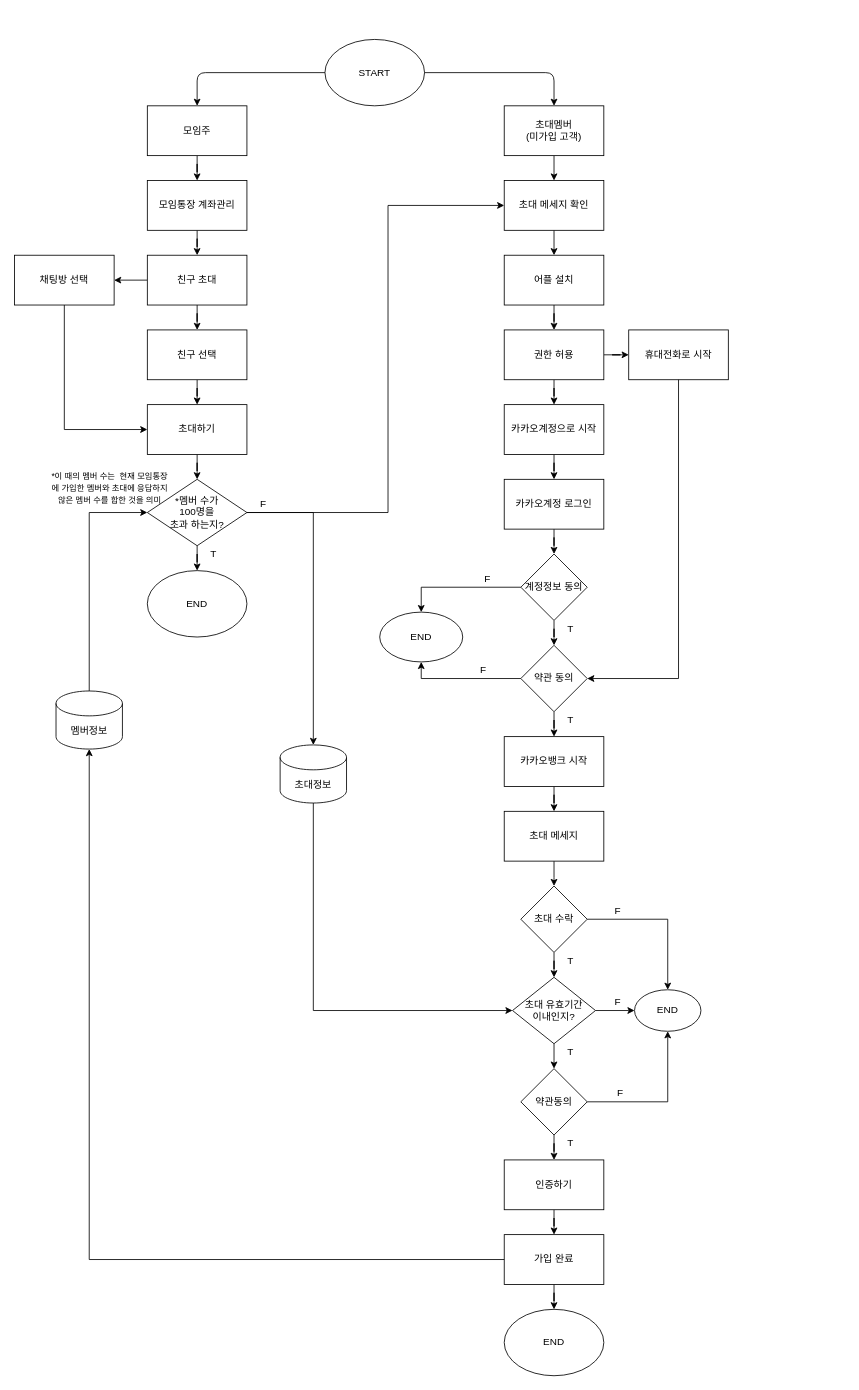
Before: Untitled Diagram_3.drawio in h22j2n/BeakJoon, a draw.io diagram. Source tidied: cells renumbered, new cells numbered last; positions are measured from the earlier drawing's top-left corner, leaving out a move shared by most shapes. Both pictures are drawn from the tidied source at 83%, with x=0, y=0 at pixel (14, 39).
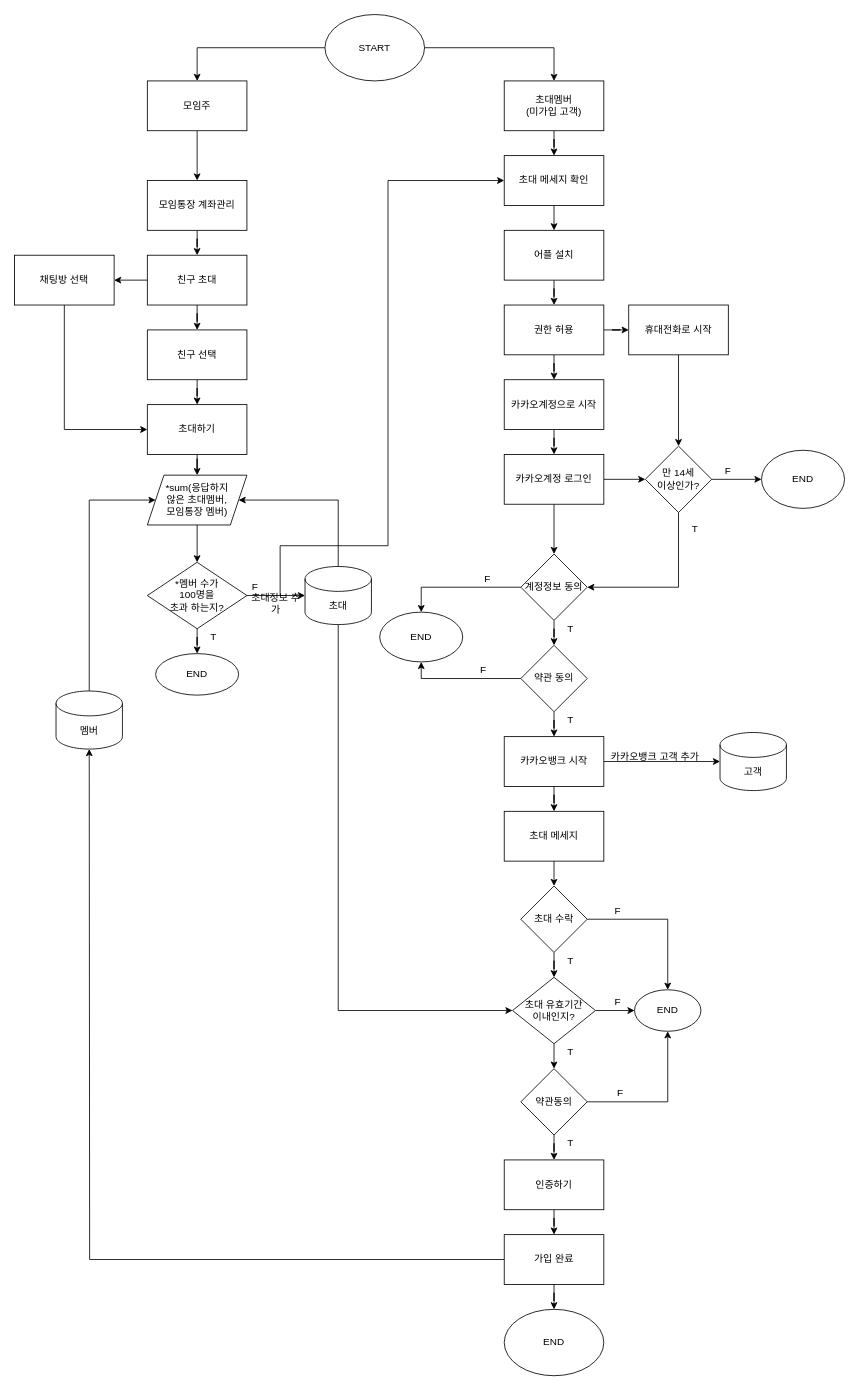
Above is the later version.

The change refers to these unchanged cells:
```xml
<mxCell id="19" value="초대하기" style="whiteSpace=wrap;html=1;rounded=0;" parent="1" vertex="1">
  <mxGeometry x="160" y="440" width="120" height="60" as="geometry" />
</mxCell>
<mxCell id="41" value="계정정보 동의" style="rhombus;whiteSpace=wrap;html=1;rounded=0;" parent="1" vertex="1">
  <mxGeometry x="610" y="620" width="80" height="80" as="geometry" />
</mxCell>
<mxCell id="43" value="약관 동의" style="rhombus;whiteSpace=wrap;html=1;rounded=0;" parent="1" vertex="1">
  <mxGeometry x="610" y="730" width="80" height="80" as="geometry" />
</mxCell>
<mxCell id="45" value="카카오뱅크 시작" style="whiteSpace=wrap;html=1;rounded=0;" parent="1" vertex="1">
  <mxGeometry x="590" y="840" width="120" height="60" as="geometry" />
</mxCell>
<mxCell id="58" value="초대&amp;nbsp;유효기간&lt;br&gt;이내인지?" style="rhombus;whiteSpace=wrap;html=1;" parent="1" vertex="1">
  <mxGeometry x="600" y="1130" width="100" height="80" as="geometry" />
</mxCell>
<mxCell id="70" value="가입 완료" style="whiteSpace=wrap;html=1;" parent="1" vertex="1">
  <mxGeometry x="590" y="1440" width="120" height="60" as="geometry" />
</mxCell>
```

Change to the diagram source:
```diff
@@
     <mxCell id="2" value="START" style="ellipse;whiteSpace=wrap;html=1;" parent="1" vertex="1">
-      <mxGeometry x="374" width="120" height="80" as="geometry" />
+      <mxGeometry x="374" y="-30" width="120" height="80" as="geometry" />
     </mxCell>
@@
     <mxCell id="4" value="모임주" style="rounded=0;whiteSpace=wrap;html=1;" parent="1" vertex="1">
-      <mxGeometry x="160" y="80" width="120" height="60" as="geometry" />
+      <mxGeometry x="160" y="50" width="120" height="60" as="geometry" />
     </mxCell>
-    <mxCell id="5" style="edgeStyle=orthogonalEdgeStyle;rounded=0;jettySize=auto;html=1;" parent="1" edge="1" source="6">
-      <mxGeometry relative="1" as="geometry">
-        <mxPoint x="650" y="170" as="targetPoint" />
-      </mxGeometry>
-    </mxCell>
+    <mxCell id="82" style="edgeStyle=orthogonalEdgeStyle;rounded=0;jettySize=auto;html=1;" parent="1" edge="1" source="6" target="22">
+      <mxGeometry relative="1" as="geometry" />
+    </mxCell>
     <mxCell id="6" value="초대멤버&lt;br&gt;(미가입 고객)" style="rounded=0;whiteSpace=wrap;html=1;" parent="1" vertex="1">
-      <mxGeometry x="590" y="80" width="120" height="60" as="geometry" />
+      <mxGeometry x="590" y="50" width="120" height="60" as="geometry" />
     </mxCell>
-    <mxCell id="7" style="endArrow=classic;html=1;exitX=0;exitY=0.5;exitDx=0;exitDy=0;entryX=0.5;entryY=0;entryDx=0;entryDy=0;" parent="1" edge="1" source="2" target="4">
+    <mxCell id="7" style="endArrow=classic;html=1;exitX=0;exitY=0.5;exitDx=0;exitDy=0;entryX=0.5;entryY=0;entryDx=0;entryDy=0;rounded=0;" parent="1" edge="1" source="2" target="4">
       <mxGeometry relative="1" as="geometry">
         <Array as="points">
-          <mxPoint x="220" y="40" />
+          <mxPoint x="220" y="10" />
         </Array>
       </mxGeometry>
     </mxCell>
-    <mxCell id="8" style="endArrow=classic;html=1;exitX=1;exitY=0.5;exitDx=0;exitDy=0;entryX=0.5;entryY=0;entryDx=0;entryDy=0;" parent="1" edge="1" source="2" target="6">
+    <mxCell id="8" style="endArrow=classic;html=1;exitX=1;exitY=0.5;exitDx=0;exitDy=0;entryX=0.5;entryY=0;entryDx=0;entryDy=0;rounded=0;" parent="1" edge="1" source="2" target="6">
       <mxGeometry relative="1" as="geometry">
         <Array as="points">
-          <mxPoint x="650" y="40" />
+          <mxPoint x="650" y="10" />
         </Array>
       </mxGeometry>
     </mxCell>
@@
-    <mxCell id="17" style="edgeStyle=orthogonalEdgeStyle;rounded=0;jettySize=auto;html=1;entryX=0;entryY=0.5;entryDx=0;entryDy=0;exitX=1;exitY=0.5;exitDx=0;exitDy=0;" parent="1" edge="1" source="24" target="22">
+    <mxCell id="17" style="edgeStyle=orthogonalEdgeStyle;rounded=0;jettySize=auto;html=1;entryX=0;entryY=0.5;entryDx=0;entryDy=0;" parent="1" edge="1" target="22">
       <mxGeometry relative="1" as="geometry">
+        <mxPoint x="320" y="670" as="sourcePoint" />
         <Array as="points">
-          <mxPoint x="450" y="570" />
-          <mxPoint x="450" y="200" />
+          <mxPoint x="320" y="610" />
+          <mxPoint x="450" y="610" />
+          <mxPoint x="450" y="170" />
         </Array>
       </mxGeometry>
     </mxCell>
-    <mxCell id="18" style="edgeStyle=orthogonalEdgeStyle;rounded=0;jettySize=auto;html=1;" parent="1" edge="1" source="19" target="24">
-      <mxGeometry relative="1" as="geometry" />
-    </mxCell>
@@
     <mxCell id="21" style="edgeStyle=orthogonalEdgeStyle;rounded=0;jettySize=auto;html=1;" parent="1" edge="1" source="22">
       <mxGeometry relative="1" as="geometry">
-        <mxPoint x="650" y="260" as="targetPoint" />
+        <mxPoint x="650" y="230" as="targetPoint" />
       </mxGeometry>
     </mxCell>
     <mxCell id="22" value="초대 메세지 확인" style="rounded=0;whiteSpace=wrap;html=1;" parent="1" vertex="1">
-      <mxGeometry x="590" y="170" width="120" height="60" as="geometry" />
+      <mxGeometry x="590" y="140" width="120" height="60" as="geometry" />
     </mxCell>
-    <mxCell id="23" style="edgeStyle=orthogonalEdgeStyle;rounded=0;jettySize=auto;html=1;" parent="1" edge="1" source="24" target="25">
-      <mxGeometry relative="1" as="geometry" />
-    </mxCell>
-    <mxCell id="24" value="*멤버 수가&lt;br&gt;100명을&lt;br&gt;초과 하는지?" style="rhombus;whiteSpace=wrap;html=1;rounded=0;" parent="1" vertex="1">
-      <mxGeometry x="160" y="530" width="120" height="80" as="geometry" />
-    </mxCell>
-    <mxCell id="25" value="END" style="ellipse;whiteSpace=wrap;html=1;rounded=0;" parent="1" vertex="1">
-      <mxGeometry x="160" y="640" width="120" height="80" as="geometry" />
-    </mxCell>
-    <mxCell id="26" value="F" style="text;html=1;strokeColor=none;fillColor=none;align=center;verticalAlign=middle;whiteSpace=wrap;rounded=0;" parent="1" vertex="1">
-      <mxGeometry x="280" y="550" width="40" height="20" as="geometry" />
-    </mxCell>
-    <mxCell id="27" value="T" style="text;html=1;strokeColor=none;fillColor=none;align=center;verticalAlign=middle;whiteSpace=wrap;rounded=0;" parent="1" vertex="1">
-      <mxGeometry x="220" y="610" width="40" height="20" as="geometry" />
-    </mxCell>
-    <mxCell id="28" value="&lt;font style=&quot;font-size: 10px&quot;&gt;*이 때의 멤버 수는 &amp;nbsp;현재 모임통장에 가입한 멤버와 초대에 응답하지 않은 멤버 수를 합한 것을 의미&lt;/font&gt;" style="text;html=1;strokeColor=none;fillColor=none;align=center;verticalAlign=middle;whiteSpace=wrap;rounded=0;" parent="1" vertex="1">
-      <mxGeometry x="40" y="530" width="150" height="20" as="geometry" />
-    </mxCell>
@@
     <mxCell id="30" value="어플 설치" style="rounded=0;whiteSpace=wrap;html=1;" parent="1" vertex="1">
-      <mxGeometry x="590" y="260" width="120" height="60" as="geometry" />
+      <mxGeometry x="590" y="230" width="120" height="60" as="geometry" />
     </mxCell>
@@
     <mxCell id="33" value="권한 허용" style="whiteSpace=wrap;html=1;rounded=0;" parent="1" vertex="1">
-      <mxGeometry x="590" y="350" width="120" height="60" as="geometry" />
+      <mxGeometry x="590" y="320" width="120" height="60" as="geometry" />
     </mxCell>
@@
     <mxCell id="35" value="카카오계정으로 시작" style="whiteSpace=wrap;html=1;rounded=0;" parent="1" vertex="1">
-      <mxGeometry x="590" y="440" width="120" height="60" as="geometry" />
+      <mxGeometry x="590" y="410" width="120" height="60" as="geometry" />
     </mxCell>
     <mxCell id="36" value="휴대전화로 시작" style="whiteSpace=wrap;html=1;rounded=0;" parent="1" vertex="1">
-      <mxGeometry x="740" y="350" width="120" height="60" as="geometry" />
+      <mxGeometry x="740" y="320" width="120" height="60" as="geometry" />
     </mxCell>
@@
+    <mxCell id="83" style="edgeStyle=orthogonalEdgeStyle;rounded=0;jettySize=auto;html=1;" parent="1" edge="1" source="38" target="86">
+      <mxGeometry relative="1" as="geometry" />
+    </mxCell>
     <mxCell id="38" value="카카오계정 로그인" style="whiteSpace=wrap;html=1;rounded=0;" parent="1" vertex="1">
-      <mxGeometry x="590" y="530" width="120" height="60" as="geometry" />
+      <mxGeometry x="590" y="500" width="120" height="60" as="geometry" />
     </mxCell>
@@
+    <mxCell id="84" style="edgeStyle=orthogonalEdgeStyle;rounded=0;jettySize=auto;html=1;" parent="1" edge="1" source="45" target="101">
+      <mxGeometry relative="1" as="geometry" />
+    </mxCell>
@@
-    <mxCell id="48" style="endArrow=classic;html=1;exitX=0.5;exitY=1;exitDx=0;exitDy=0;entryX=1;entryY=0.5;entryDx=0;entryDy=0;rounded=0;" parent="1" edge="1" source="36" target="43">
-      <mxGeometry relative="1" as="geometry">
-        <Array as="points">
-          <mxPoint x="800" y="770" />
-        </Array>
-      </mxGeometry>
-    </mxCell>
@@
     <mxCell id="74" style="edgeStyle=orthogonalEdgeStyle;rounded=0;jettySize=auto;html=1;exitX=0.5;exitY=1;exitDx=0;exitDy=0;exitPerimeter=0;" parent="1" edge="1" source="75" target="58">
       <mxGeometry relative="1" as="geometry">
         <Array as="points">
-          <mxPoint x="360" y="1170" />
+          <mxPoint x="390" y="1170" />
         </Array>
       </mxGeometry>
     </mxCell>
-    <mxCell id="75" value="초대정보" style="shape=cylinder3;whiteSpace=wrap;html=1;boundedLbl=1;backgroundOutline=1;size=15;" parent="1" vertex="1">
-      <mxGeometry x="320" y="850" width="80" height="70" as="geometry" />
+    <mxCell id="75" value="초대" style="shape=cylinder3;whiteSpace=wrap;html=1;boundedLbl=1;backgroundOutline=1;size=15;" parent="1" vertex="1">
+      <mxGeometry x="350" y="635" width="80" height="70" as="geometry" />
     </mxCell>
@@
-    <mxCell id="78" style="edgeStyle=orthogonalEdgeStyle;rounded=0;jettySize=auto;html=1;entryX=0.5;entryY=1;entryDx=0;entryDy=0;entryPerimeter=0;exitX=0;exitY=0.5;exitDx=0;exitDy=0;" parent="1" edge="1" source="70" target="79">
-      <mxGeometry relative="1" as="geometry" />
+    <mxCell id="78" style="edgeStyle=orthogonalEdgeStyle;rounded=0;jettySize=auto;html=1;entryX=0.5;entryY=1;entryDx=0;entryDy=0;entryPerimeter=0;exitX=0;exitY=0.5;exitDx=0;exitDy=0;" parent="1" edge="1" source="70">
+      <mxGeometry relative="1" as="geometry">
+        <mxPoint x="90" y="855" as="targetPoint" />
+      </mxGeometry>
     </mxCell>
-    <mxCell id="79" value="멤버정보" style="shape=cylinder3;whiteSpace=wrap;html=1;boundedLbl=1;backgroundOutline=1;size=15;" parent="1" vertex="1">
-      <mxGeometry x="50" y="785" width="80" height="70" as="geometry" />
-    </mxCell>
-    <mxCell id="80" style="endArrow=classic;html=1;exitX=0.5;exitY=0;exitDx=0;exitDy=0;exitPerimeter=0;entryX=0;entryY=0.5;entryDx=0;entryDy=0;rounded=0;" parent="1" edge="1" source="79">
-      <mxGeometry relative="1" as="geometry">
-        <mxPoint x="160" y="570" as="targetPoint" />
-        <Array as="points">
-          <mxPoint x="90" y="570" />
-        </Array>
-      </mxGeometry>
-    </mxCell>
+    <mxCell id="85" style="edgeStyle=orthogonalEdgeStyle;rounded=0;jettySize=auto;html=1;" parent="1" edge="1" source="86" target="89">
+      <mxGeometry relative="1" as="geometry" />
+    </mxCell>
+    <mxCell id="86" value="만 14세 &lt;br&gt;이상인가?" style="rhombus;whiteSpace=wrap;html=1;" parent="1" vertex="1">
+      <mxGeometry x="760" y="490" width="80" height="80" as="geometry" />
+    </mxCell>
+    <mxCell id="87" style="endArrow=classic;html=1;exitX=0.5;exitY=1;exitDx=0;exitDy=0;entryX=0.5;entryY=0;entryDx=0;entryDy=0;" parent="1" edge="1" source="36" target="86">
+      <mxGeometry relative="1" as="geometry" />
+    </mxCell>
+    <mxCell id="88" style="endArrow=classic;html=1;exitX=0.5;exitY=1;exitDx=0;exitDy=0;entryX=1;entryY=0.5;entryDx=0;entryDy=0;rounded=0;" parent="1" edge="1" source="86" target="41">
+      <mxGeometry relative="1" as="geometry">
+        <Array as="points">
+          <mxPoint x="800" y="660" />
+        </Array>
+      </mxGeometry>
+    </mxCell>
+    <mxCell id="89" value="END" style="ellipse;whiteSpace=wrap;html=1;" parent="1" vertex="1">
+      <mxGeometry x="900" y="495" width="100" height="70" as="geometry" />
+    </mxCell>
+    <mxCell id="90" value="T" style="text;html=1;strokeColor=none;fillColor=none;align=center;verticalAlign=middle;whiteSpace=wrap;rounded=0;" parent="1" vertex="1">
+      <mxGeometry x="800" y="580" width="40" height="20" as="geometry" />
+    </mxCell>
+    <mxCell id="91" value="F" style="text;html=1;strokeColor=none;fillColor=none;align=center;verticalAlign=middle;whiteSpace=wrap;rounded=0;" parent="1" vertex="1">
+      <mxGeometry x="840" y="510" width="40" height="20" as="geometry" />
+    </mxCell>
+    <mxCell id="92" style="edgeStyle=orthogonalEdgeStyle;rounded=0;jettySize=auto;html=1;exitX=0.5;exitY=1;exitDx=0;exitDy=0;" parent="1" edge="1" source="19" target="99">
+      <mxGeometry relative="1" as="geometry" />
+    </mxCell>
+    <mxCell id="23" style="edgeStyle=orthogonalEdgeStyle;rounded=0;jettySize=auto;html=1;" parent="1" edge="1" source="24" target="25">
+      <mxGeometry relative="1" as="geometry" />
+    </mxCell>
+    <mxCell id="24" value="*멤버 수가&lt;br&gt;100명을&lt;br&gt;초과 하는지?" style="rhombus;whiteSpace=wrap;html=1;rounded=0;" parent="1" vertex="1">
+      <mxGeometry x="160" y="630" width="120" height="80" as="geometry" />
+    </mxCell>
+    <mxCell id="25" value="END" style="ellipse;whiteSpace=wrap;html=1;rounded=0;" parent="1" vertex="1">
+      <mxGeometry x="170" y="740" width="100" height="50" as="geometry" />
+    </mxCell>
+    <mxCell id="93" value="F" style="text;html=1;strokeColor=none;fillColor=none;align=center;verticalAlign=middle;whiteSpace=wrap;rounded=0;" parent="1" vertex="1">
+      <mxGeometry x="270" y="650" width="40" height="20" as="geometry" />
+    </mxCell>
+    <mxCell id="94" value="T" style="text;html=1;strokeColor=none;fillColor=none;align=center;verticalAlign=middle;whiteSpace=wrap;rounded=0;" parent="1" vertex="1">
+      <mxGeometry x="220" y="710" width="40" height="20" as="geometry" />
+    </mxCell>
-    <mxCell id="81" style="endArrow=classic;html=1;exitX=1;exitY=0.5;exitDx=0;exitDy=0;entryX=0.5;entryY=0;entryDx=0;entryDy=0;entryPerimeter=0;rounded=0;" parent="1" edge="1" source="24" target="75">
-      <mxGeometry relative="1" as="geometry">
-        <Array as="points">
-          <mxPoint x="360" y="570" />
-        </Array>
-      </mxGeometry>
+    <mxCell id="81" style="endArrow=classic;html=1;exitX=1;exitY=0.5;exitDx=0;exitDy=0;rounded=0;entryX=0;entryY=0.5;entryDx=0;entryDy=0;entryPerimeter=0;" parent="1" edge="1" source="24" target="75">
+      <mxGeometry relative="1" as="geometry" />
     </mxCell>
+    <mxCell id="95" value="멤버" style="shape=cylinder3;whiteSpace=wrap;html=1;boundedLbl=1;backgroundOutline=1;size=15;" parent="1" vertex="1">
+      <mxGeometry x="50" y="785" width="80" height="70" as="geometry" />
+    </mxCell>
+    <mxCell id="96" style="endArrow=classic;html=1;exitX=0.5;exitY=0;exitDx=0;exitDy=0;exitPerimeter=0;rounded=0;entryX=0;entryY=0.5;entryDx=0;entryDy=0;" parent="1" edge="1" source="95" target="99">
+      <mxGeometry relative="1" as="geometry">
+        <Array as="points">
+          <mxPoint x="90" y="555" />
+        </Array>
+      </mxGeometry>
+    </mxCell>
+    <mxCell id="97" value="초대정보 추가" style="text;html=1;strokeColor=none;fillColor=none;align=center;verticalAlign=middle;whiteSpace=wrap;rounded=0;" parent="1" vertex="1">
+      <mxGeometry x="280" y="670" width="70" height="20" as="geometry" />
+    </mxCell>
+    <mxCell id="98" style="edgeStyle=orthogonalEdgeStyle;rounded=0;jettySize=auto;html=1;entryX=0.5;entryY=0;entryDx=0;entryDy=0;" parent="1" edge="1" source="99" target="24">
+      <mxGeometry relative="1" as="geometry" />
+    </mxCell>
+    <mxCell id="99" value="*sum(응답하지 &lt;br&gt;않은 초대멤버,&lt;br&gt;모임통장 멤버)" style="shape=parallelogram;perimeter=parallelogramPerimeter;whiteSpace=wrap;html=1;fixedSize=1;rounded=0;" parent="1" vertex="1">
+      <mxGeometry x="160" y="525" width="120" height="60" as="geometry" />
+    </mxCell>
+    <mxCell id="100" style="endArrow=classic;html=1;exitX=0.5;exitY=0;exitDx=0;exitDy=0;exitPerimeter=0;entryX=1;entryY=0.5;entryDx=0;entryDy=0;rounded=0;" parent="1" edge="1" source="75" target="99">
+      <mxGeometry relative="1" as="geometry">
+        <Array as="points">
+          <mxPoint x="390" y="555" />
+        </Array>
+      </mxGeometry>
+    </mxCell>
+    <mxCell id="101" value="고객" style="shape=cylinder3;whiteSpace=wrap;html=1;boundedLbl=1;backgroundOutline=1;size=15;" parent="1" vertex="1">
+      <mxGeometry x="850" y="835" width="80" height="70" as="geometry" />
+    </mxCell>
+    <mxCell id="102" value="카카오뱅크 고객 추가" style="text;html=1;strokeColor=none;fillColor=none;align=center;verticalAlign=middle;whiteSpace=wrap;rounded=0;" parent="1" vertex="1">
+      <mxGeometry x="717" y="855" width="110" height="20" as="geometry" />
+    </mxCell>
```
